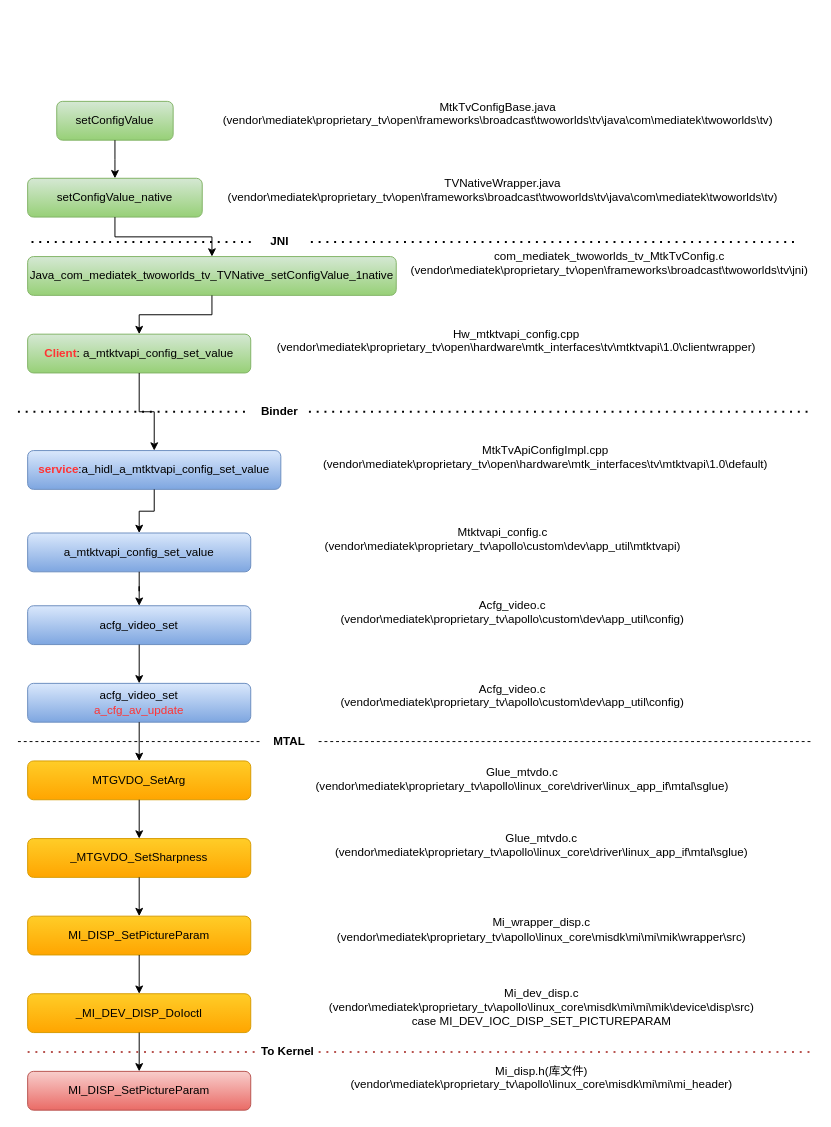
yyzsyx/app_diagrams_net keeps this draw.io diagram as up/mtk_sharpness_callflow.drawio. Above is the earlier version. Source tidied: cells renumbered, new cells numbered last; positions are measured from the earlier drawing's top-left corner, leaving out a move shared by most shapes. Both pictures are drawn from the tidied source at 97%, with x=0, y=0 at pixel (17, 101).
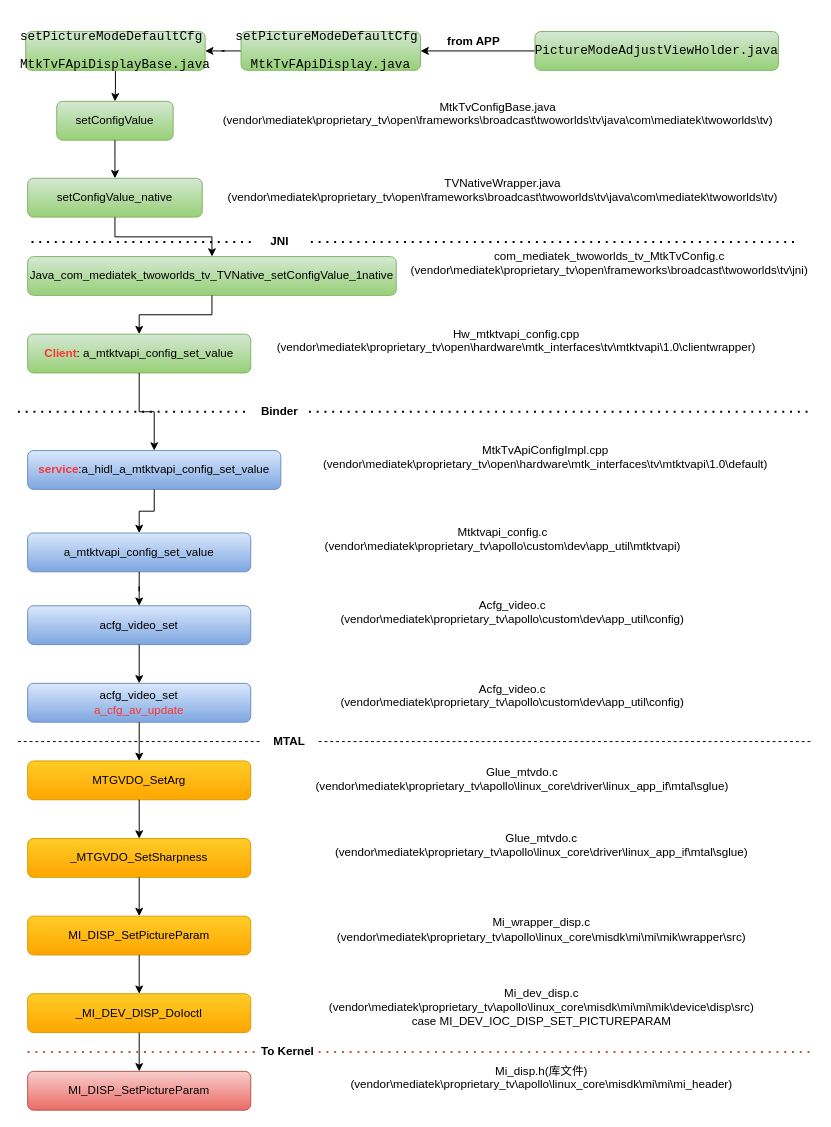
Above is the later version.

The change refers to these unchanged cells:
```xml
<mxCell id="3" value="setConfigValue" style="rounded=1;whiteSpace=wrap;html=1;fillColor=#d5e8d4;strokeColor=#82b366;gradientColor=#97d077;" parent="2" vertex="1">
  <mxGeometry x="40" width="120" height="40" as="geometry" />
</mxCell>
```

What changed in the source:
```diff
@@
+    <mxCell id="53" style="edgeStyle=orthogonalEdgeStyle;rounded=0;jettySize=auto;html=1;entryX=0.5;entryY=0;entryDx=0;entryDy=0;" parent="1" edge="1" source="54" target="3">
+      <mxGeometry relative="1" as="geometry" />
+    </mxCell>
+    <mxCell id="54" value="&lt;pre style=&quot;font-family: &amp;quot;JetBrains Mono&amp;quot;, monospace; font-size: 9.8pt;&quot;&gt;setPictureModeDefaultCfg &lt;/pre&gt;&lt;pre style=&quot;font-family: &amp;quot;JetBrains Mono&amp;quot;, monospace; font-size: 9.8pt;&quot;&gt;MtkTvFApiDisplayBase.java&lt;/pre&gt;" style="rounded=1;whiteSpace=wrap;html=1;fillColor=#d5e8d4;strokeColor=#82b366;gradientColor=#97d077;" parent="1" vertex="1">
+      <mxGeometry x="8" y="-72" width="185" height="40" as="geometry" />
+    </mxCell>
+    <mxCell id="55" style="edgeStyle=orthogonalEdgeStyle;rounded=0;jettySize=auto;html=1;entryX=1;entryY=0.5;entryDx=0;entryDy=0;" parent="1" edge="1" source="56" target="54">
+      <mxGeometry relative="1" as="geometry" />
+    </mxCell>
+    <mxCell id="56" value="&lt;pre style=&quot;font-family: &amp;quot;JetBrains Mono&amp;quot;, monospace; font-size: 9.8pt;&quot;&gt;&lt;pre style=&quot;font-family: &amp;quot;JetBrains Mono&amp;quot;, monospace; font-size: 9.8pt;&quot;&gt;&lt;span style=&quot;font-size: 9.8pt; background-color: initial;&quot;&gt;setPictureModeDefaultCfg&amp;nbsp;&lt;/span&gt;&lt;/pre&gt;&lt;pre style=&quot;font-family: &amp;quot;JetBrains Mono&amp;quot;, monospace; font-size: 9.8pt;&quot;&gt;MtkTvFApiDisplay.java&lt;/pre&gt;&lt;/pre&gt;" style="rounded=1;whiteSpace=wrap;html=1;fillColor=#d5e8d4;strokeColor=#82b366;gradientColor=#97d077;" parent="1" vertex="1">
+      <mxGeometry x="230" y="-72" width="185" height="40" as="geometry" />
+    </mxCell>
+    <mxCell id="57" style="edgeStyle=orthogonalEdgeStyle;rounded=0;jettySize=auto;html=1;entryX=1;entryY=0.5;entryDx=0;entryDy=0;" parent="1" edge="1" source="58" target="56">
+      <mxGeometry relative="1" as="geometry" />
+    </mxCell>
+    <mxCell id="58" value="&lt;pre style=&quot;font-family: &amp;quot;JetBrains Mono&amp;quot;, monospace; font-size: 9.8pt;&quot;&gt;&lt;pre style=&quot;font-family: &amp;quot;JetBrains Mono&amp;quot;, monospace; font-size: 9.8pt;&quot;&gt;PictureModeAdjustViewHolder.java&lt;/pre&gt;&lt;/pre&gt;" style="rounded=1;whiteSpace=wrap;html=1;fillColor=#d5e8d4;strokeColor=#82b366;gradientColor=#97d077;" parent="1" vertex="1">
+      <mxGeometry x="533" y="-72" width="251" height="40" as="geometry" />
+    </mxCell>
+    <mxCell id="59" value="&lt;b&gt;from APP&lt;/b&gt;" style="text;html=1;strokeColor=none;fillColor=none;align=center;verticalAlign=middle;whiteSpace=wrap;rounded=0;labelBackgroundColor=none;" parent="1" vertex="1">
+      <mxGeometry x="440" y="-77" width="60" height="30" as="geometry" />
+    </mxCell>
```
